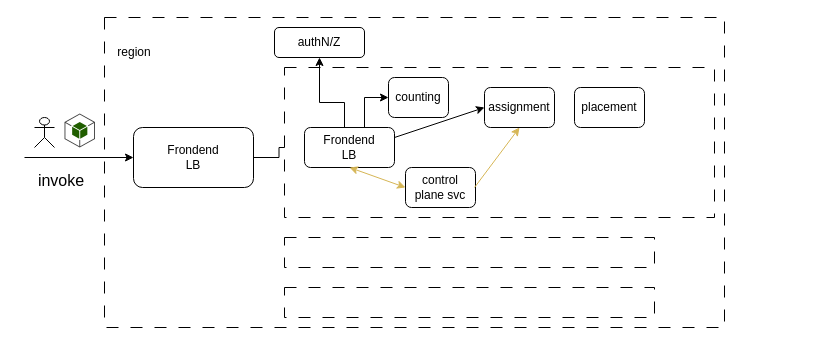
Earlier version of the draw.io diagram lambda.drawio (numenshane/draw.io). Source tidied: cells renumbered, new cells numbered last; positions are measured from the earlier drawing's top-left corner, leaving out a move shared by most shapes. Both pictures are drawn from the tidied source at 100%, with x=0, y=0 at pixel (24, 17). Pictures stored in the file or linked from it are replaced by grey dashed boxes.
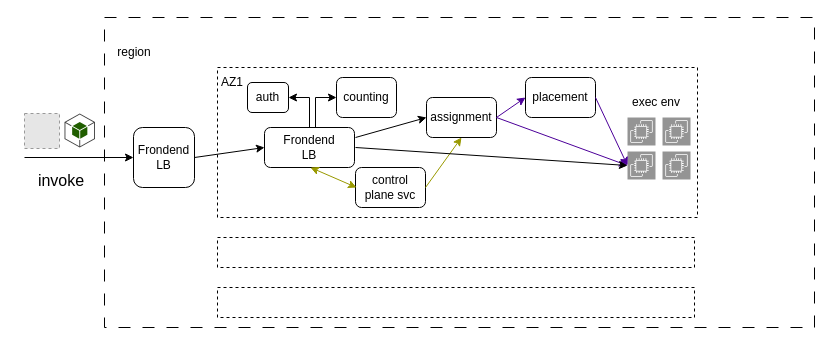
The same page after the edit.

Diff of the diagram source:
```diff
@@
     <mxCell id="2" style="rounded=0;whiteSpace=wrap;html=1;dashed=1;dashPattern=12 12;" parent="1" vertex="1">
-      <mxGeometry x="80" width="620" height="310" as="geometry" />
+      <mxGeometry x="80" width="710" height="310" as="geometry" />
     </mxCell>
-    <mxCell id="3" style="shape=umlActor;verticalLabelPosition=bottom;verticalAlign=top;html=1;" parent="1" vertex="1">
-      <mxGeometry x="10" y="100" width="20" height="30" as="geometry" />
-    </mxCell>
-    <mxCell id="4" style="edgeStyle=orthogonalEdgeStyle;rounded=0;jettySize=auto;html=1;entryX=0;entryY=0.5;entryDx=0;entryDy=0;" parent="1" edge="1" source="5" target="12">
-      <mxGeometry relative="1" as="geometry" />
-    </mxCell>
     <mxCell id="5" value="Frondend&lt;br&gt;LB" style="rounded=1;whiteSpace=wrap;html=1;" parent="1" vertex="1">
-      <mxGeometry x="109" y="110" width="120" height="60" as="geometry" />
+      <mxGeometry x="109" y="110" width="61" height="60" as="geometry" />
     </mxCell>
@@
-    <mxCell id="7" style="rounded=0;whiteSpace=wrap;html=1;dashed=1;dashPattern=12 12;" parent="1" vertex="1">
-      <mxGeometry x="260" y="50" width="430" height="150" as="geometry" />
+    <mxCell id="7" style="rounded=0;whiteSpace=wrap;html=1;dashed=1;" parent="1" vertex="1">
+      <mxGeometry x="193" y="50" width="480" height="150" as="geometry" />
     </mxCell>
-    <mxCell id="8" style="rounded=0;whiteSpace=wrap;html=1;dashed=1;dashPattern=12 12;" parent="1" vertex="1">
-      <mxGeometry x="260" y="220" width="370" height="30" as="geometry" />
+    <mxCell id="8" style="rounded=0;whiteSpace=wrap;html=1;dashed=1;" parent="1" vertex="1">
+      <mxGeometry x="193" y="220" width="477" height="30" as="geometry" />
     </mxCell>
-    <mxCell id="9" style="rounded=0;whiteSpace=wrap;html=1;dashed=1;dashPattern=12 12;" parent="1" vertex="1">
-      <mxGeometry x="260" y="270" width="370" height="30" as="geometry" />
+    <mxCell id="9" style="rounded=0;whiteSpace=wrap;html=1;dashed=1;" parent="1" vertex="1">
+      <mxGeometry x="193" y="270" width="477" height="30" as="geometry" />
     </mxCell>
+    <mxCell id="11" style="edgeStyle=orthogonalEdgeStyle;rounded=0;jettySize=auto;html=1;entryX=0;entryY=0.5;entryDx=0;entryDy=0;" parent="1" edge="1" target="14">
+      <mxGeometry relative="1" as="geometry">
+        <mxPoint x="291" y="110" as="sourcePoint" />
+        <Array as="points">
+          <mxPoint x="291" y="80" />
+        </Array>
+      </mxGeometry>
+    </mxCell>
-    <mxCell id="10" style="edgeStyle=orthogonalEdgeStyle;rounded=0;jettySize=auto;html=1;" parent="1" edge="1" source="12" target="13">
-      <mxGeometry relative="1" as="geometry">
-        <Array as="points">
-          <mxPoint x="320" y="85" />
-          <mxPoint x="295" y="85" />
-        </Array>
-      </mxGeometry>
+    <mxCell id="10" style="edgeStyle=orthogonalEdgeStyle;rounded=0;jettySize=auto;html=1;entryX=1;entryY=0.5;entryDx=0;entryDy=0;strokeColor=#000000;fontSize=16;" parent="1" edge="1" source="12" target="13">
+      <mxGeometry relative="1" as="geometry" />
     </mxCell>
-    <mxCell id="11" style="edgeStyle=orthogonalEdgeStyle;rounded=0;jettySize=auto;html=1;entryX=0;entryY=0.5;entryDx=0;entryDy=0;" parent="1" edge="1" source="12" target="14">
-      <mxGeometry relative="1" as="geometry">
-        <Array as="points">
-          <mxPoint x="340" y="80" />
-        </Array>
-      </mxGeometry>
-    </mxCell>
     <mxCell id="12" value="Frondend&lt;br&gt;LB" style="rounded=1;whiteSpace=wrap;html=1;" parent="1" vertex="1">
-      <mxGeometry x="280" y="110" width="90" height="40" as="geometry" />
+      <mxGeometry x="240" y="110" width="90" height="40" as="geometry" />
     </mxCell>
-    <mxCell id="13" value="authN/Z" style="rounded=1;whiteSpace=wrap;html=1;" parent="1" vertex="1">
-      <mxGeometry x="250" y="10" width="90" height="30" as="geometry" />
+    <mxCell id="13" value="auth" style="rounded=1;whiteSpace=wrap;html=1;" parent="1" vertex="1">
+      <mxGeometry x="223" y="65" width="41" height="30" as="geometry" />
     </mxCell>
     <mxCell id="14" value="counting" style="rounded=1;whiteSpace=wrap;html=1;" parent="1" vertex="1">
-      <mxGeometry x="364" y="60" width="60" height="40" as="geometry" />
+      <mxGeometry x="312" y="60" width="60" height="40" as="geometry" />
     </mxCell>
     <mxCell id="15" value="assignment" style="rounded=1;whiteSpace=wrap;html=1;" parent="1" vertex="1">
-      <mxGeometry x="460" y="70" width="70" height="40" as="geometry" />
+      <mxGeometry x="402" y="80" width="70" height="40" as="geometry" />
     </mxCell>
-    <mxCell id="16" style="endArrow=classic;html=1;rounded=0;entryX=0;entryY=0.5;entryDx=0;entryDy=0;exitX=1;exitY=0.25;exitDx=0;exitDy=0;" parent="1" edge="1" source="12" target="15">
-      <mxGeometry relative="1" as="geometry" />
+    <mxCell id="16" style="endArrow=classic;html=1;rounded=0;entryX=0;entryY=0.5;entryDx=0;entryDy=0;exitX=1;exitY=0.25;exitDx=0;exitDy=0;" parent="1" edge="1" target="15">
+      <mxGeometry relative="1" as="geometry">
+        <mxPoint x="331" y="120" as="sourcePoint" />
+      </mxGeometry>
     </mxCell>
     <mxCell id="17" value="placement" style="rounded=1;whiteSpace=wrap;html=1;" parent="1" vertex="1">
-      <mxGeometry x="550" y="70" width="70" height="40" as="geometry" />
+      <mxGeometry x="501" y="60" width="70" height="40" as="geometry" />
     </mxCell>
@@
     <mxCell id="21" value="control plane svc" style="rounded=1;whiteSpace=wrap;html=1;" parent="1" vertex="1">
-      <mxGeometry x="381" y="150" width="70" height="40" as="geometry" />
+      <mxGeometry x="331" y="150" width="70" height="40" as="geometry" />
     </mxCell>
-    <mxCell id="22" style="endArrow=classic;startArrow=classic;html=1;rounded=0;fontSize=16;exitX=0.5;exitY=1;exitDx=0;exitDy=0;entryX=0;entryY=0.5;entryDx=0;entryDy=0;fillColor=#fff2cc;strokeColor=#d6b656;" parent="1" edge="1" source="12" target="21">
-      <mxGeometry relative="1" as="geometry" />
+    <mxCell id="22" style="endArrow=classic;startArrow=classic;html=1;rounded=0;fontSize=16;exitX=0.5;exitY=1;exitDx=0;exitDy=0;entryX=0;entryY=0.5;entryDx=0;entryDy=0;fillColor=#fff2cc;strokeColor=#999900;" parent="1" edge="1">
+      <mxGeometry relative="1" as="geometry">
+        <mxPoint x="286" y="150" as="sourcePoint" />
+        <mxPoint x="332" y="170" as="targetPoint" />
+      </mxGeometry>
     </mxCell>
-    <mxCell id="23" style="endArrow=classic;html=1;rounded=0;fontSize=16;entryX=0.5;entryY=1;entryDx=0;entryDy=0;fillColor=#fff2cc;strokeColor=#d6b656;" parent="1" edge="1" target="15">
+    <mxCell id="23" style="endArrow=classic;html=1;rounded=0;fontSize=16;entryX=0.5;entryY=1;entryDx=0;entryDy=0;fillColor=#fff2cc;strokeColor=#999900;" parent="1" edge="1" target="15">
       <mxGeometry relative="1" as="geometry">
-        <mxPoint x="450" y="170" as="sourcePoint" />
+        <mxPoint x="401" y="170" as="sourcePoint" />
       </mxGeometry>
     </mxCell>
+    <mxCell id="24" style="endArrow=classic;html=1;rounded=0;entryX=0;entryY=0.5;entryDx=0;entryDy=0;exitX=1;exitY=0.5;exitDx=0;exitDy=0;strokeColor=#4C0099;" parent="1" edge="1" source="15" target="17">
+      <mxGeometry relative="1" as="geometry" />
+    </mxCell>
+    <mxCell id="25" style="sketch=0;fontColor=#232F3E;gradientColor=none;gradientDirection=north;fillColor=#949494;strokeColor=#ffffff;dashed=0;verticalLabelPosition=bottom;verticalAlign=top;align=center;html=1;fontSize=12;fontStyle=0;shape=mxgraph.aws4.resourceIcon;resIcon=mxgraph.aws4.ec2;" parent="1" vertex="1">
+      <mxGeometry x="603" y="100" width="28" height="28" as="geometry" />
+    </mxCell>
+    <mxCell id="26" style="sketch=0;fontColor=#232F3E;gradientColor=none;gradientDirection=north;fillColor=#949494;strokeColor=#ffffff;dashed=0;verticalLabelPosition=bottom;verticalAlign=top;align=center;html=1;fontSize=12;fontStyle=0;shape=mxgraph.aws4.resourceIcon;resIcon=mxgraph.aws4.ec2;" parent="1" vertex="1">
+      <mxGeometry x="638" y="100" width="28" height="28" as="geometry" />
+    </mxCell>
+    <mxCell id="27" style="sketch=0;points=[[0,0,0],[0.25,0,0],[0.5,0,0],[0.75,0,0],[1,0,0],[0,1,0],[0.25,1,0],[0.5,1,0],[0.75,1,0],[1,1,0],[0,0.25,0],[0,0.5,0],[0,0.75,0],[1,0.25,0],[1,0.5,0],[1,0.75,0]];outlineConnect=0;fontColor=#232F3E;gradientColor=none;gradientDirection=north;fillColor=#949494;strokeColor=#ffffff;dashed=0;verticalLabelPosition=bottom;verticalAlign=top;align=center;html=1;fontSize=12;fontStyle=0;shape=mxgraph.aws4.resourceIcon;resIcon=mxgraph.aws4.ec2;" parent="1" vertex="1">
+      <mxGeometry x="603" y="134" width="28" height="28" as="geometry" />
+    </mxCell>
+    <mxCell id="28" style="sketch=0;fontColor=#232F3E;gradientColor=none;gradientDirection=north;fillColor=#949494;strokeColor=#ffffff;dashed=0;verticalLabelPosition=bottom;verticalAlign=top;align=center;html=1;fontSize=12;fontStyle=0;shape=mxgraph.aws4.resourceIcon;resIcon=mxgraph.aws4.ec2;" parent="1" vertex="1">
+      <mxGeometry x="638" y="134" width="28" height="28" as="geometry" />
+    </mxCell>
+    <mxCell id="29" value="exec env" style="text;html=1;strokeColor=none;fillColor=none;align=center;verticalAlign=middle;whiteSpace=wrap;rounded=0;" parent="1" vertex="1">
+      <mxGeometry x="602" y="70" width="60" height="30" as="geometry" />
+    </mxCell>
+    <mxCell id="30" style="endArrow=classic;html=1;rounded=0;fontSize=16;exitX=1;exitY=0.5;exitDx=0;exitDy=0;entryX=0;entryY=0.5;entryDx=0;entryDy=0;entryPerimeter=0;strokeColor=#4C0099;" parent="1" edge="1" source="17" target="27">
+      <mxGeometry relative="1" as="geometry" />
+    </mxCell>
+    <mxCell id="31" style="endArrow=classic;html=1;rounded=0;fontSize=16;entryX=0;entryY=0.5;entryDx=0;entryDy=0;entryPerimeter=0;exitX=1;exitY=0.5;exitDx=0;exitDy=0;strokeColor=#4C0099;" parent="1" edge="1" source="15" target="27">
+      <mxGeometry relative="1" as="geometry" />
+    </mxCell>
+    <mxCell id="32" style="endArrow=classic;html=1;rounded=0;strokeColor=#000000;fontSize=16;entryX=0;entryY=0.5;entryDx=0;entryDy=0;entryPerimeter=0;exitX=1;exitY=0.5;exitDx=0;exitDy=0;" parent="1" edge="1" target="27">
+      <mxGeometry relative="1" as="geometry">
+        <mxPoint x="331" y="130" as="sourcePoint" />
+      </mxGeometry>
+    </mxCell>
+    <mxCell id="33" value="AZ1" style="text;html=1;strokeColor=none;fillColor=none;align=center;verticalAlign=middle;whiteSpace=wrap;rounded=0;" parent="1" vertex="1">
+      <mxGeometry x="183" y="50" width="50" height="30" as="geometry" />
+    </mxCell>
+    <mxCell id="34" style="fillColor=#E6E6E6;strokeColor=#999999;dashed=1;html=1;verticalAlign=top;verticalLabelPosition=bottom;labelBackgroundColor=#ffffff;fontSize=16;" parent="1" vertex="1">
+      <mxGeometry y="96" width="35" height="35" as="geometry" />
+    </mxCell>
+    <mxCell id="4" style="endArrow=classic;html=1;rounded=0;strokeColor=#000000;fontSize=16;entryX=0;entryY=0.5;entryDx=0;entryDy=0;exitX=1;exitY=0.5;exitDx=0;exitDy=0;" parent="1" edge="1" source="5" target="12">
+      <mxGeometry relative="1" as="geometry" />
+    </mxCell>
```
